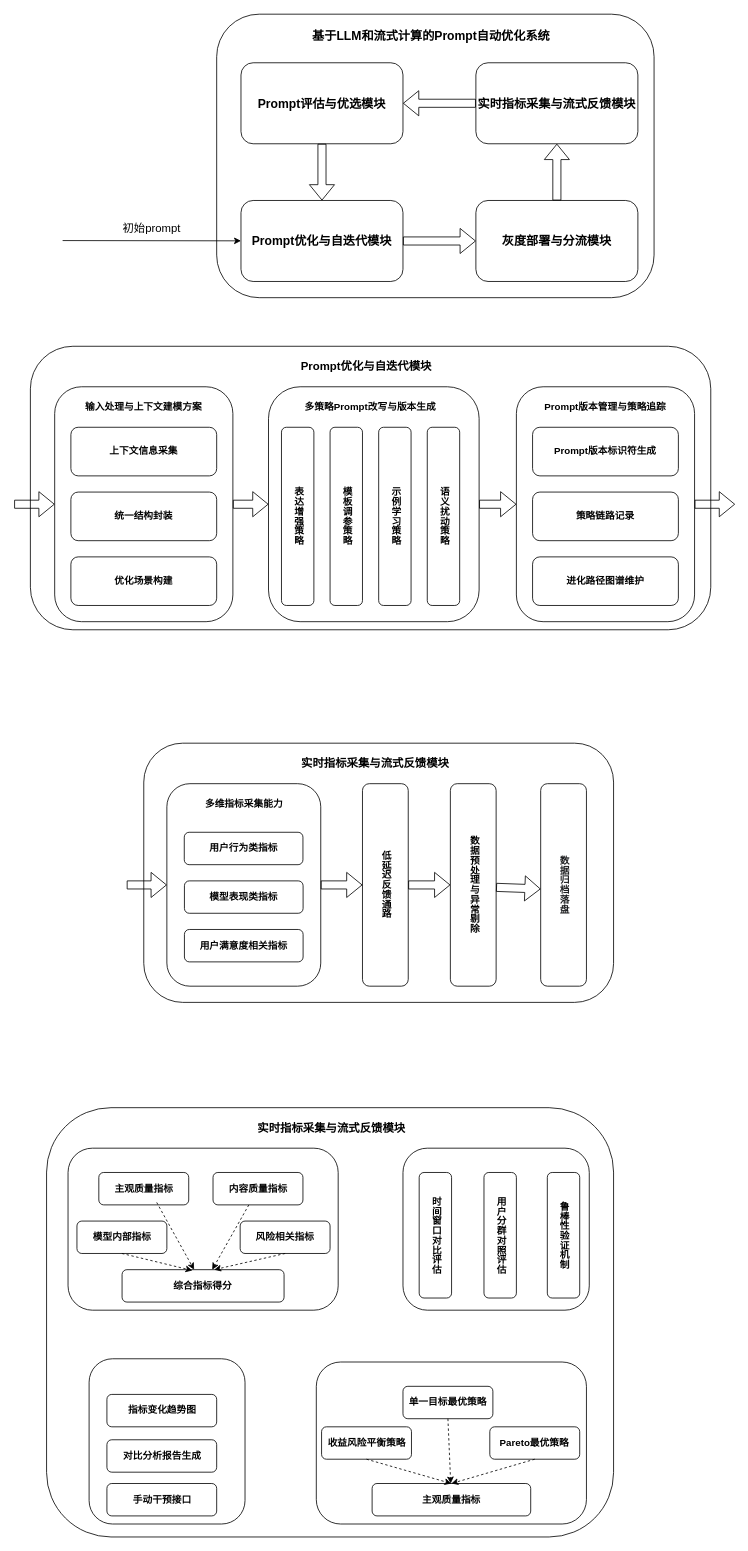
Above: Comment/未命名绘图.drawio in Mrssqin/draw (draw.io), before the change. Source tidied: cells renumbered, new cells numbered last; positions are measured from the earlier drawing's top-left corner, leaving out a move shared by most shapes. Both pictures are drawn from the tidied source at 81%, with x=0, y=0 at pixel (14, 14).
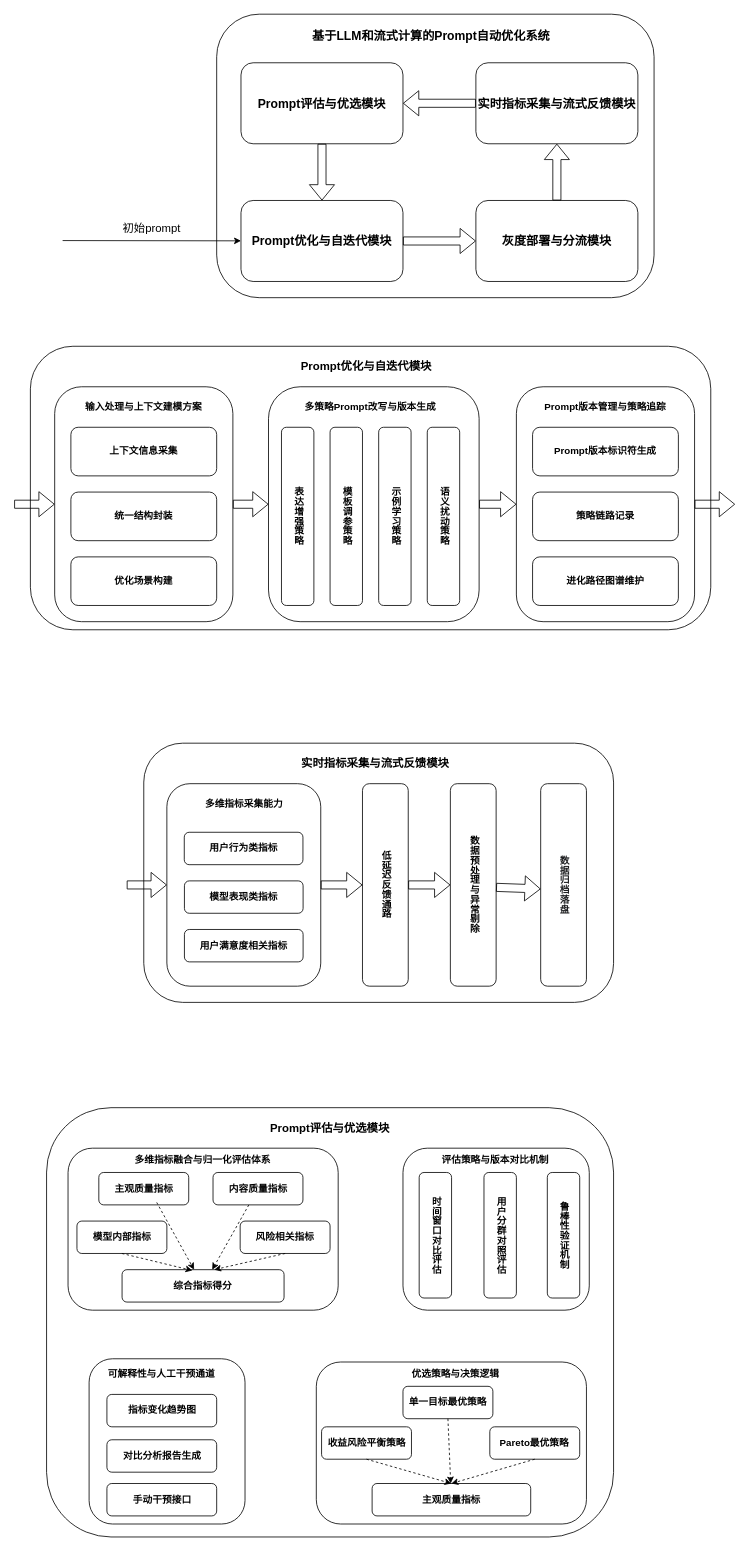
Above is the later version.

Commit message:
prompt自适应优化.drawio

Change to the diagram source:
```diff
@@
-    <mxCell id="57" value="&lt;p style=&quot;margin: 0px; font-variant-numeric: normal; font-variant-east-asian: normal; font-variant-alternates: normal; font-size-adjust: none; font-kerning: auto; font-optical-sizing: auto; font-feature-settings: normal; font-variation-settings: normal; font-variant-position: normal; font-variant-emoji: normal; font-stretch: normal; line-height: normal; font-family: &amp;quot;PingFang SC&amp;quot;; text-align: start;&quot; class=&quot;p1&quot;&gt;&lt;span class=&quot;mp-morpho-clipboard-doc-data&quot; data-morpho-doc-data=&quot;{&amp;quot;token&amp;quot;:&amp;quot;eyJhbGciOiJkaXIiLCJlbmMiOiJBMjU2R0NNIiwiYXBwSWQiOjEsInVpZCI6Ik9UTGszSzE0MUIiLCJkb2NJZCI6Iklva3RoRm1QRExmdTJzIn0..PLM695F7OLUKYBq6.pLq-FQjPBczpItmwOh4ZW0uYPRhOBlbCz8YWpCEhhjt7BF-pnjSfnWdu2Fmjc7VXdDRBUoyjT-BpY-ALlnl2OXvZNR3gXWINHDP6lU0rGojfuVU5cC1_3ToAKtlT7ybksPMMETnjsgNX-z2ijbktiFu4n567qZCZvo0vowr3_w3CYDpdbulUg-4RivVGqKluaLaf5slXxZTphLpaeCs-46T8Pw.FYQd-wOyFWTnTlqUN4SDpg&amp;quot;,&amp;quot;appId&amp;quot;:&amp;quot;1&amp;quot;}&quot;&gt;&lt;/span&gt;&lt;/p&gt;&lt;h3 style=&quot;padding-left:0px&quot; class=&quot;mp-heading&quot;&gt;&lt;span class=&quot;mp-morpho-clipboard-doc-data&quot; data-morpho-doc-data=&quot;{&amp;quot;token&amp;quot;:&amp;quot;eyJhbGciOiJkaXIiLCJlbmMiOiJBMjU2R0NNIiwiYXBwSWQiOjEsInVpZCI6Ik9UTGszSzE0MUIiLCJkb2NJZCI6Iklva3RoRm1QRExmdTJzIn0..PLM695F7OLUKYBq6.pLq-FQjPBczpItmwOh4ZW0uYPRhOBlbCz8YWpCEhhjt7BF-pnjSfnWdu2Fmjc7VXdDRBUoyjT-BpY-ALlnl2OXvZNR3gXWINHDP6lU0rGojfuVU5cC1_3ToAKtlT7ybksPMMETnjsgNX-z2ijbktiFu4n567qZCZvo0vowr3_w3CYDpdbulUg-4RivVGqKluaLaf5slXxZTphLpaeCs-46T8Pw.FYQd-wOyFWTnTlqUN4SDpg&amp;quot;,&amp;quot;appId&amp;quot;:&amp;quot;1&amp;quot;}&quot;&gt;&lt;/span&gt;&lt;/h3&gt;&lt;h3 style=&quot;padding-left:0px&quot; class=&quot;mp-heading&quot;&gt;&amp;nbsp;实时指标采集与流式反馈模块&lt;/h3&gt;" style="text;html=1;align=center;verticalAlign=middle;whiteSpace=wrap;rounded=0;" parent="1" vertex="1">
+    <mxCell id="57" value="&lt;p style=&quot;margin: 0px; font-variant-numeric: normal; font-variant-east-asian: normal; font-variant-alternates: normal; font-size-adjust: none; font-kerning: auto; font-optical-sizing: auto; font-feature-settings: normal; font-variation-settings: normal; font-variant-position: normal; font-variant-emoji: normal; font-stretch: normal; line-height: normal; font-family: &amp;quot;PingFang SC&amp;quot;; text-align: start;&quot; class=&quot;p1&quot;&gt;&lt;span class=&quot;mp-morpho-clipboard-doc-data&quot; data-morpho-doc-data=&quot;{&amp;quot;token&amp;quot;:&amp;quot;eyJhbGciOiJkaXIiLCJlbmMiOiJBMjU2R0NNIiwiYXBwSWQiOjEsInVpZCI6Ik9UTGszSzE0MUIiLCJkb2NJZCI6Iklva3RoRm1QRExmdTJzIn0..PLM695F7OLUKYBq6.pLq-FQjPBczpItmwOh4ZW0uYPRhOBlbCz8YWpCEhhjt7BF-pnjSfnWdu2Fmjc7VXdDRBUoyjT-BpY-ALlnl2OXvZNR3gXWINHDP6lU0rGojfuVU5cC1_3ToAKtlT7ybksPMMETnjsgNX-z2ijbktiFu4n567qZCZvo0vowr3_w3CYDpdbulUg-4RivVGqKluaLaf5slXxZTphLpaeCs-46T8Pw.FYQd-wOyFWTnTlqUN4SDpg&amp;quot;,&amp;quot;appId&amp;quot;:&amp;quot;1&amp;quot;}&quot;&gt;&lt;/span&gt;&lt;/p&gt;&lt;h3 style=&quot;padding-left:0px&quot; class=&quot;mp-heading&quot;&gt;&lt;span class=&quot;mp-morpho-clipboard-doc-data&quot; data-morpho-doc-data=&quot;{&amp;quot;token&amp;quot;:&amp;quot;eyJhbGciOiJkaXIiLCJlbmMiOiJBMjU2R0NNIiwiYXBwSWQiOjEsInVpZCI6Ik9UTGszSzE0MUIiLCJkb2NJZCI6Iklva3RoRm1QRExmdTJzIn0..PLM695F7OLUKYBq6.pLq-FQjPBczpItmwOh4ZW0uYPRhOBlbCz8YWpCEhhjt7BF-pnjSfnWdu2Fmjc7VXdDRBUoyjT-BpY-ALlnl2OXvZNR3gXWINHDP6lU0rGojfuVU5cC1_3ToAKtlT7ybksPMMETnjsgNX-z2ijbktiFu4n567qZCZvo0vowr3_w3CYDpdbulUg-4RivVGqKluaLaf5slXxZTphLpaeCs-46T8Pw.FYQd-wOyFWTnTlqUN4SDpg&amp;quot;,&amp;quot;appId&amp;quot;:&amp;quot;1&amp;quot;}&quot;&gt;&lt;/span&gt;&lt;/h3&gt;&lt;h3 style=&quot;padding-left:0px&quot; class=&quot;mp-heading&quot;&gt;Prompt评估与优选模块&lt;/h3&gt;" style="text;html=1;align=center;verticalAlign=middle;whiteSpace=wrap;rounded=0;" parent="1" vertex="1">
       <mxGeometry x="235" y="1360" width="310" height="30" as="geometry" />
     </mxCell>
@@
+    <mxCell id="78" value="&lt;p style=&quot;margin: 0px; font-variant-numeric: normal; font-variant-east-asian: normal; font-variant-alternates: normal; font-size-adjust: none; font-kerning: auto; font-optical-sizing: auto; font-feature-settings: normal; font-variation-settings: normal; font-variant-position: normal; font-variant-emoji: normal; font-stretch: normal; line-height: normal; font-family: &amp;quot;PingFang SC&amp;quot;; text-align: start;&quot; class=&quot;p1&quot;&gt;&lt;span class=&quot;mp-morpho-clipboard-doc-data&quot; data-morpho-doc-data=&quot;{&amp;quot;token&amp;quot;:&amp;quot;eyJhbGciOiJkaXIiLCJlbmMiOiJBMjU2R0NNIiwiYXBwSWQiOjEsInVpZCI6Ik9UTGszSzE0MUIiLCJkb2NJZCI6Iklva3RoRm1QRExmdTJzIn0..PLM695F7OLUKYBq6.pLq-FQjPBczpItmwOh4ZW0uYPRhOBlbCz8YWpCEhhjt7BF-pnjSfnWdu2Fmjc7VXdDRBUoyjT-BpY-ALlnl2OXvZNR3gXWINHDP6lU0rGojfuVU5cC1_3ToAKtlT7ybksPMMETnjsgNX-z2ijbktiFu4n567qZCZvo0vowr3_w3CYDpdbulUg-4RivVGqKluaLaf5slXxZTphLpaeCs-46T8Pw.FYQd-wOyFWTnTlqUN4SDpg&amp;quot;,&amp;quot;appId&amp;quot;:&amp;quot;1&amp;quot;}&quot;&gt;&lt;/span&gt;&lt;/p&gt;&lt;h3 style=&quot;padding-left:0px&quot; class=&quot;mp-heading&quot;&gt;&lt;span class=&quot;mp-morpho-clipboard-doc-data&quot; data-morpho-doc-data=&quot;{&amp;quot;token&amp;quot;:&amp;quot;eyJhbGciOiJkaXIiLCJlbmMiOiJBMjU2R0NNIiwiYXBwSWQiOjEsInVpZCI6Ik9UTGszSzE0MUIiLCJkb2NJZCI6Iklva3RoRm1QRExmdTJzIn0..PLM695F7OLUKYBq6.pLq-FQjPBczpItmwOh4ZW0uYPRhOBlbCz8YWpCEhhjt7BF-pnjSfnWdu2Fmjc7VXdDRBUoyjT-BpY-ALlnl2OXvZNR3gXWINHDP6lU0rGojfuVU5cC1_3ToAKtlT7ybksPMMETnjsgNX-z2ijbktiFu4n567qZCZvo0vowr3_w3CYDpdbulUg-4RivVGqKluaLaf5slXxZTphLpaeCs-46T8Pw.FYQd-wOyFWTnTlqUN4SDpg&amp;quot;,&amp;quot;appId&amp;quot;:&amp;quot;1&amp;quot;}&quot;&gt;&lt;/span&gt;&lt;/h3&gt;&lt;h4 style=&quot;padding-left:0px&quot; class=&quot;mp-heading&quot;&gt;&lt;span class=&quot;mp-morpho-clipboard-doc-data&quot; data-morpho-doc-data=&quot;{&amp;quot;token&amp;quot;:&amp;quot;eyJhbGciOiJkaXIiLCJlbmMiOiJBMjU2R0NNIiwiYXBwSWQiOjEsInVpZCI6Ik9UTGszSzE0MUIiLCJkb2NJZCI6Iklva3RoRm1QRExmdTJzIn0..PLM695F7OLUKYBq6.pLq-FQjPBczpItmwOh4ZW0uYPRhOBlbCz8YWpCEhhjt7BF-pnjSfnWdu2Fmjc7VXdDRBUoyjT-BpY-ALlnl2OXvZNR3gXWINHDP6lU0rGojfuVU5cC1_3ToAKtlT7ybksPMMETnjsgNX-z2ijbktiFu4n567qZCZvo0vowr3_w3CYDpdbulUg-4RivVGqKluaLaf5slXxZTphLpaeCs-46T8Pw.FYQd-wOyFWTnTlqUN4SDpg&amp;quot;,&amp;quot;appId&amp;quot;:&amp;quot;1&amp;quot;}&quot;&gt;&lt;/span&gt;&lt;/h4&gt;&lt;h4 style=&quot;padding-left:0px&quot; class=&quot;mp-heading&quot;&gt;&lt;span class=&quot;mp-morpho-clipboard-doc-data&quot; data-morpho-doc-data=&quot;{&amp;quot;token&amp;quot;:&amp;quot;eyJhbGciOiJkaXIiLCJlbmMiOiJBMjU2R0NNIiwiYXBwSWQiOjEsInVpZCI6Ik9UTGszSzE0MUIiLCJkb2NJZCI6Iklva3RoRm1QRExmdTJzIn0..PLM695F7OLUKYBq6.pLq-FQjPBczpItmwOh4ZW0uYPRhOBlbCz8YWpCEhhjt7BF-pnjSfnWdu2Fmjc7VXdDRBUoyjT-BpY-ALlnl2OXvZNR3gXWINHDP6lU0rGojfuVU5cC1_3ToAKtlT7ybksPMMETnjsgNX-z2ijbktiFu4n567qZCZvo0vowr3_w3CYDpdbulUg-4RivVGqKluaLaf5slXxZTphLpaeCs-46T8Pw.FYQd-wOyFWTnTlqUN4SDpg&amp;quot;,&amp;quot;appId&amp;quot;:&amp;quot;1&amp;quot;}&quot;&gt;&lt;/span&gt;&lt;/h4&gt;&lt;h4 style=&quot;padding-left:0px&quot; class=&quot;mp-heading&quot;&gt;&lt;span&gt;多维指标融合与归一化评估体系&lt;/span&gt;&lt;/h4&gt;" style="text;html=1;align=center;verticalAlign=middle;whiteSpace=wrap;rounded=0;" parent="1" vertex="1">
+      <mxGeometry x="77.5" y="1400" width="310" height="30" as="geometry" />
+    </mxCell>
+    <mxCell id="79" value="&lt;p style=&quot;margin: 0px; font-variant-numeric: normal; font-variant-east-asian: normal; font-variant-alternates: normal; font-size-adjust: none; font-kerning: auto; font-optical-sizing: auto; font-feature-settings: normal; font-variation-settings: normal; font-variant-position: normal; font-variant-emoji: normal; font-stretch: normal; line-height: normal; font-family: &amp;quot;PingFang SC&amp;quot;; text-align: start;&quot; class=&quot;p1&quot;&gt;&lt;span class=&quot;mp-morpho-clipboard-doc-data&quot; data-morpho-doc-data=&quot;{&amp;quot;token&amp;quot;:&amp;quot;eyJhbGciOiJkaXIiLCJlbmMiOiJBMjU2R0NNIiwiYXBwSWQiOjEsInVpZCI6Ik9UTGszSzE0MUIiLCJkb2NJZCI6Iklva3RoRm1QRExmdTJzIn0..PLM695F7OLUKYBq6.pLq-FQjPBczpItmwOh4ZW0uYPRhOBlbCz8YWpCEhhjt7BF-pnjSfnWdu2Fmjc7VXdDRBUoyjT-BpY-ALlnl2OXvZNR3gXWINHDP6lU0rGojfuVU5cC1_3ToAKtlT7ybksPMMETnjsgNX-z2ijbktiFu4n567qZCZvo0vowr3_w3CYDpdbulUg-4RivVGqKluaLaf5slXxZTphLpaeCs-46T8Pw.FYQd-wOyFWTnTlqUN4SDpg&amp;quot;,&amp;quot;appId&amp;quot;:&amp;quot;1&amp;quot;}&quot;&gt;&lt;/span&gt;&lt;/p&gt;&lt;h3 style=&quot;padding-left:0px&quot; class=&quot;mp-heading&quot;&gt;&lt;span class=&quot;mp-morpho-clipboard-doc-data&quot; data-morpho-doc-data=&quot;{&amp;quot;token&amp;quot;:&amp;quot;eyJhbGciOiJkaXIiLCJlbmMiOiJBMjU2R0NNIiwiYXBwSWQiOjEsInVpZCI6Ik9UTGszSzE0MUIiLCJkb2NJZCI6Iklva3RoRm1QRExmdTJzIn0..PLM695F7OLUKYBq6.pLq-FQjPBczpItmwOh4ZW0uYPRhOBlbCz8YWpCEhhjt7BF-pnjSfnWdu2Fmjc7VXdDRBUoyjT-BpY-ALlnl2OXvZNR3gXWINHDP6lU0rGojfuVU5cC1_3ToAKtlT7ybksPMMETnjsgNX-z2ijbktiFu4n567qZCZvo0vowr3_w3CYDpdbulUg-4RivVGqKluaLaf5slXxZTphLpaeCs-46T8Pw.FYQd-wOyFWTnTlqUN4SDpg&amp;quot;,&amp;quot;appId&amp;quot;:&amp;quot;1&amp;quot;}&quot;&gt;&lt;/span&gt;&lt;/h3&gt;&lt;h4 style=&quot;padding-left:0px&quot; class=&quot;mp-heading&quot;&gt;&lt;span class=&quot;mp-morpho-clipboard-doc-data&quot; data-morpho-doc-data=&quot;{&amp;quot;token&amp;quot;:&amp;quot;eyJhbGciOiJkaXIiLCJlbmMiOiJBMjU2R0NNIiwiYXBwSWQiOjEsInVpZCI6Ik9UTGszSzE0MUIiLCJkb2NJZCI6Iklva3RoRm1QRExmdTJzIn0..PLM695F7OLUKYBq6.pLq-FQjPBczpItmwOh4ZW0uYPRhOBlbCz8YWpCEhhjt7BF-pnjSfnWdu2Fmjc7VXdDRBUoyjT-BpY-ALlnl2OXvZNR3gXWINHDP6lU0rGojfuVU5cC1_3ToAKtlT7ybksPMMETnjsgNX-z2ijbktiFu4n567qZCZvo0vowr3_w3CYDpdbulUg-4RivVGqKluaLaf5slXxZTphLpaeCs-46T8Pw.FYQd-wOyFWTnTlqUN4SDpg&amp;quot;,&amp;quot;appId&amp;quot;:&amp;quot;1&amp;quot;}&quot;&gt;&lt;/span&gt;&lt;/h4&gt;&lt;h4 style=&quot;padding-left:0px&quot; class=&quot;mp-heading&quot;&gt;&lt;span class=&quot;mp-morpho-clipboard-doc-data&quot; data-morpho-doc-data=&quot;{&amp;quot;token&amp;quot;:&amp;quot;eyJhbGciOiJkaXIiLCJlbmMiOiJBMjU2R0NNIiwiYXBwSWQiOjEsInVpZCI6Ik9UTGszSzE0MUIiLCJkb2NJZCI6Iklva3RoRm1QRExmdTJzIn0..PLM695F7OLUKYBq6.pLq-FQjPBczpItmwOh4ZW0uYPRhOBlbCz8YWpCEhhjt7BF-pnjSfnWdu2Fmjc7VXdDRBUoyjT-BpY-ALlnl2OXvZNR3gXWINHDP6lU0rGojfuVU5cC1_3ToAKtlT7ybksPMMETnjsgNX-z2ijbktiFu4n567qZCZvo0vowr3_w3CYDpdbulUg-4RivVGqKluaLaf5slXxZTphLpaeCs-46T8Pw.FYQd-wOyFWTnTlqUN4SDpg&amp;quot;,&amp;quot;appId&amp;quot;:&amp;quot;1&amp;quot;}&quot;&gt;&lt;/span&gt;&lt;/h4&gt;&lt;h4 style=&quot;padding-left:0px&quot; class=&quot;mp-heading&quot;&gt;&lt;span class=&quot;mp-morpho-clipboard-doc-data&quot; data-morpho-doc-data=&quot;{&amp;quot;token&amp;quot;:&amp;quot;eyJhbGciOiJkaXIiLCJlbmMiOiJBMjU2R0NNIiwiYXBwSWQiOjEsInVpZCI6Ik9UTGszSzE0MUIiLCJkb2NJZCI6Iklva3RoRm1QRExmdTJzIn0..PLM695F7OLUKYBq6.pLq-FQjPBczpItmwOh4ZW0uYPRhOBlbCz8YWpCEhhjt7BF-pnjSfnWdu2Fmjc7VXdDRBUoyjT-BpY-ALlnl2OXvZNR3gXWINHDP6lU0rGojfuVU5cC1_3ToAKtlT7ybksPMMETnjsgNX-z2ijbktiFu4n567qZCZvo0vowr3_w3CYDpdbulUg-4RivVGqKluaLaf5slXxZTphLpaeCs-46T8Pw.FYQd-wOyFWTnTlqUN4SDpg&amp;quot;,&amp;quot;appId&amp;quot;:&amp;quot;1&amp;quot;}&quot;&gt;&lt;/span&gt;&lt;/h4&gt;&lt;h4 style=&quot;padding-left:0px&quot; class=&quot;mp-heading&quot;&gt;&lt;span&gt;评估策略与版本对比机制&lt;/span&gt;&lt;/h4&gt;" style="text;html=1;align=center;verticalAlign=middle;whiteSpace=wrap;rounded=0;" parent="1" vertex="1">
+      <mxGeometry x="438.5" y="1400" width="310" height="30" as="geometry" />
+    </mxCell>
+    <mxCell id="80" value="&lt;p style=&quot;margin: 0px; font-variant-numeric: normal; font-variant-east-asian: normal; font-variant-alternates: normal; font-size-adjust: none; font-kerning: auto; font-optical-sizing: auto; font-feature-settings: normal; font-variation-settings: normal; font-variant-position: normal; font-variant-emoji: normal; font-stretch: normal; line-height: normal; font-family: &amp;quot;PingFang SC&amp;quot;; text-align: start;&quot; class=&quot;p1&quot;&gt;&lt;span class=&quot;mp-morpho-clipboard-doc-data&quot; data-morpho-doc-data=&quot;{&amp;quot;token&amp;quot;:&amp;quot;eyJhbGciOiJkaXIiLCJlbmMiOiJBMjU2R0NNIiwiYXBwSWQiOjEsInVpZCI6Ik9UTGszSzE0MUIiLCJkb2NJZCI6Iklva3RoRm1QRExmdTJzIn0..PLM695F7OLUKYBq6.pLq-FQjPBczpItmwOh4ZW0uYPRhOBlbCz8YWpCEhhjt7BF-pnjSfnWdu2Fmjc7VXdDRBUoyjT-BpY-ALlnl2OXvZNR3gXWINHDP6lU0rGojfuVU5cC1_3ToAKtlT7ybksPMMETnjsgNX-z2ijbktiFu4n567qZCZvo0vowr3_w3CYDpdbulUg-4RivVGqKluaLaf5slXxZTphLpaeCs-46T8Pw.FYQd-wOyFWTnTlqUN4SDpg&amp;quot;,&amp;quot;appId&amp;quot;:&amp;quot;1&amp;quot;}&quot;&gt;&lt;/span&gt;&lt;/p&gt;&lt;h3 style=&quot;padding-left:0px&quot; class=&quot;mp-heading&quot;&gt;&lt;span class=&quot;mp-morpho-clipboard-doc-data&quot; data-morpho-doc-data=&quot;{&amp;quot;token&amp;quot;:&amp;quot;eyJhbGciOiJkaXIiLCJlbmMiOiJBMjU2R0NNIiwiYXBwSWQiOjEsInVpZCI6Ik9UTGszSzE0MUIiLCJkb2NJZCI6Iklva3RoRm1QRExmdTJzIn0..PLM695F7OLUKYBq6.pLq-FQjPBczpItmwOh4ZW0uYPRhOBlbCz8YWpCEhhjt7BF-pnjSfnWdu2Fmjc7VXdDRBUoyjT-BpY-ALlnl2OXvZNR3gXWINHDP6lU0rGojfuVU5cC1_3ToAKtlT7ybksPMMETnjsgNX-z2ijbktiFu4n567qZCZvo0vowr3_w3CYDpdbulUg-4RivVGqKluaLaf5slXxZTphLpaeCs-46T8Pw.FYQd-wOyFWTnTlqUN4SDpg&amp;quot;,&amp;quot;appId&amp;quot;:&amp;quot;1&amp;quot;}&quot;&gt;&lt;/span&gt;&lt;/h3&gt;&lt;h4 style=&quot;padding-left:0px&quot; class=&quot;mp-heading&quot;&gt;&lt;span class=&quot;mp-morpho-clipboard-doc-data&quot; data-morpho-doc-data=&quot;{&amp;quot;token&amp;quot;:&amp;quot;eyJhbGciOiJkaXIiLCJlbmMiOiJBMjU2R0NNIiwiYXBwSWQiOjEsInVpZCI6Ik9UTGszSzE0MUIiLCJkb2NJZCI6Iklva3RoRm1QRExmdTJzIn0..PLM695F7OLUKYBq6.pLq-FQjPBczpItmwOh4ZW0uYPRhOBlbCz8YWpCEhhjt7BF-pnjSfnWdu2Fmjc7VXdDRBUoyjT-BpY-ALlnl2OXvZNR3gXWINHDP6lU0rGojfuVU5cC1_3ToAKtlT7ybksPMMETnjsgNX-z2ijbktiFu4n567qZCZvo0vowr3_w3CYDpdbulUg-4RivVGqKluaLaf5slXxZTphLpaeCs-46T8Pw.FYQd-wOyFWTnTlqUN4SDpg&amp;quot;,&amp;quot;appId&amp;quot;:&amp;quot;1&amp;quot;}&quot;&gt;&lt;/span&gt;&lt;/h4&gt;&lt;h4 style=&quot;padding-left:0px&quot; class=&quot;mp-heading&quot;&gt;&lt;span class=&quot;mp-morpho-clipboard-doc-data&quot; data-morpho-doc-data=&quot;{&amp;quot;token&amp;quot;:&amp;quot;eyJhbGciOiJkaXIiLCJlbmMiOiJBMjU2R0NNIiwiYXBwSWQiOjEsInVpZCI6Ik9UTGszSzE0MUIiLCJkb2NJZCI6Iklva3RoRm1QRExmdTJzIn0..PLM695F7OLUKYBq6.pLq-FQjPBczpItmwOh4ZW0uYPRhOBlbCz8YWpCEhhjt7BF-pnjSfnWdu2Fmjc7VXdDRBUoyjT-BpY-ALlnl2OXvZNR3gXWINHDP6lU0rGojfuVU5cC1_3ToAKtlT7ybksPMMETnjsgNX-z2ijbktiFu4n567qZCZvo0vowr3_w3CYDpdbulUg-4RivVGqKluaLaf5slXxZTphLpaeCs-46T8Pw.FYQd-wOyFWTnTlqUN4SDpg&amp;quot;,&amp;quot;appId&amp;quot;:&amp;quot;1&amp;quot;}&quot;&gt;&lt;/span&gt;&lt;/h4&gt;&lt;h4 style=&quot;padding-left:0px&quot; class=&quot;mp-heading&quot;&gt;&lt;span class=&quot;mp-morpho-clipboard-doc-data&quot; data-morpho-doc-data=&quot;{&amp;quot;token&amp;quot;:&amp;quot;eyJhbGciOiJkaXIiLCJlbmMiOiJBMjU2R0NNIiwiYXBwSWQiOjEsInVpZCI6Ik9UTGszSzE0MUIiLCJkb2NJZCI6Iklva3RoRm1QRExmdTJzIn0..PLM695F7OLUKYBq6.pLq-FQjPBczpItmwOh4ZW0uYPRhOBlbCz8YWpCEhhjt7BF-pnjSfnWdu2Fmjc7VXdDRBUoyjT-BpY-ALlnl2OXvZNR3gXWINHDP6lU0rGojfuVU5cC1_3ToAKtlT7ybksPMMETnjsgNX-z2ijbktiFu4n567qZCZvo0vowr3_w3CYDpdbulUg-4RivVGqKluaLaf5slXxZTphLpaeCs-46T8Pw.FYQd-wOyFWTnTlqUN4SDpg&amp;quot;,&amp;quot;appId&amp;quot;:&amp;quot;1&amp;quot;}&quot;&gt;&lt;/span&gt;&lt;/h4&gt;&lt;h4 style=&quot;padding-left:0px&quot; class=&quot;mp-heading&quot;&gt;&lt;span class=&quot;mp-morpho-clipboard-doc-data&quot; data-morpho-doc-data=&quot;{&amp;quot;token&amp;quot;:&amp;quot;eyJhbGciOiJkaXIiLCJlbmMiOiJBMjU2R0NNIiwiYXBwSWQiOjEsInVpZCI6Ik9UTGszSzE0MUIiLCJkb2NJZCI6Iklva3RoRm1QRExmdTJzIn0..PLM695F7OLUKYBq6.pLq-FQjPBczpItmwOh4ZW0uYPRhOBlbCz8YWpCEhhjt7BF-pnjSfnWdu2Fmjc7VXdDRBUoyjT-BpY-ALlnl2OXvZNR3gXWINHDP6lU0rGojfuVU5cC1_3ToAKtlT7ybksPMMETnjsgNX-z2ijbktiFu4n567qZCZvo0vowr3_w3CYDpdbulUg-4RivVGqKluaLaf5slXxZTphLpaeCs-46T8Pw.FYQd-wOyFWTnTlqUN4SDpg&amp;quot;,&amp;quot;appId&amp;quot;:&amp;quot;1&amp;quot;}&quot;&gt;&lt;/span&gt;&lt;/h4&gt;&lt;h4 style=&quot;padding-left:0px&quot; class=&quot;mp-heading&quot;&gt;&lt;span&gt;优选策略与决策逻辑&lt;/span&gt;&lt;/h4&gt;" style="text;html=1;align=center;verticalAlign=middle;whiteSpace=wrap;rounded=0;" parent="1" vertex="1">
+      <mxGeometry x="390" y="1664" width="310" height="30" as="geometry" />
+    </mxCell>
+    <mxCell id="81" value="&lt;p style=&quot;margin: 0px; font-variant-numeric: normal; font-variant-east-asian: normal; font-variant-alternates: normal; font-size-adjust: none; font-kerning: auto; font-optical-sizing: auto; font-feature-settings: normal; font-variation-settings: normal; font-variant-position: normal; font-variant-emoji: normal; font-stretch: normal; line-height: normal; font-family: &amp;quot;PingFang SC&amp;quot;; text-align: start;&quot; class=&quot;p1&quot;&gt;&lt;span class=&quot;mp-morpho-clipboard-doc-data&quot; data-morpho-doc-data=&quot;{&amp;quot;token&amp;quot;:&amp;quot;eyJhbGciOiJkaXIiLCJlbmMiOiJBMjU2R0NNIiwiYXBwSWQiOjEsInVpZCI6Ik9UTGszSzE0MUIiLCJkb2NJZCI6Iklva3RoRm1QRExmdTJzIn0..PLM695F7OLUKYBq6.pLq-FQjPBczpItmwOh4ZW0uYPRhOBlbCz8YWpCEhhjt7BF-pnjSfnWdu2Fmjc7VXdDRBUoyjT-BpY-ALlnl2OXvZNR3gXWINHDP6lU0rGojfuVU5cC1_3ToAKtlT7ybksPMMETnjsgNX-z2ijbktiFu4n567qZCZvo0vowr3_w3CYDpdbulUg-4RivVGqKluaLaf5slXxZTphLpaeCs-46T8Pw.FYQd-wOyFWTnTlqUN4SDpg&amp;quot;,&amp;quot;appId&amp;quot;:&amp;quot;1&amp;quot;}&quot;&gt;&lt;/span&gt;&lt;/p&gt;&lt;h3 style=&quot;padding-left:0px&quot; class=&quot;mp-heading&quot;&gt;&lt;span class=&quot;mp-morpho-clipboard-doc-data&quot; data-morpho-doc-data=&quot;{&amp;quot;token&amp;quot;:&amp;quot;eyJhbGciOiJkaXIiLCJlbmMiOiJBMjU2R0NNIiwiYXBwSWQiOjEsInVpZCI6Ik9UTGszSzE0MUIiLCJkb2NJZCI6Iklva3RoRm1QRExmdTJzIn0..PLM695F7OLUKYBq6.pLq-FQjPBczpItmwOh4ZW0uYPRhOBlbCz8YWpCEhhjt7BF-pnjSfnWdu2Fmjc7VXdDRBUoyjT-BpY-ALlnl2OXvZNR3gXWINHDP6lU0rGojfuVU5cC1_3ToAKtlT7ybksPMMETnjsgNX-z2ijbktiFu4n567qZCZvo0vowr3_w3CYDpdbulUg-4RivVGqKluaLaf5slXxZTphLpaeCs-46T8Pw.FYQd-wOyFWTnTlqUN4SDpg&amp;quot;,&amp;quot;appId&amp;quot;:&amp;quot;1&amp;quot;}&quot;&gt;&lt;/span&gt;&lt;/h3&gt;&lt;h4 style=&quot;padding-left:0px&quot; class=&quot;mp-heading&quot;&gt;&lt;span class=&quot;mp-morpho-clipboard-doc-data&quot; data-morpho-doc-data=&quot;{&amp;quot;token&amp;quot;:&amp;quot;eyJhbGciOiJkaXIiLCJlbmMiOiJBMjU2R0NNIiwiYXBwSWQiOjEsInVpZCI6Ik9UTGszSzE0MUIiLCJkb2NJZCI6Iklva3RoRm1QRExmdTJzIn0..PLM695F7OLUKYBq6.pLq-FQjPBczpItmwOh4ZW0uYPRhOBlbCz8YWpCEhhjt7BF-pnjSfnWdu2Fmjc7VXdDRBUoyjT-BpY-ALlnl2OXvZNR3gXWINHDP6lU0rGojfuVU5cC1_3ToAKtlT7ybksPMMETnjsgNX-z2ijbktiFu4n567qZCZvo0vowr3_w3CYDpdbulUg-4RivVGqKluaLaf5slXxZTphLpaeCs-46T8Pw.FYQd-wOyFWTnTlqUN4SDpg&amp;quot;,&amp;quot;appId&amp;quot;:&amp;quot;1&amp;quot;}&quot;&gt;&lt;/span&gt;&lt;/h4&gt;&lt;h4 style=&quot;padding-left:0px&quot; class=&quot;mp-heading&quot;&gt;&lt;span class=&quot;mp-morpho-clipboard-doc-data&quot; data-morpho-doc-data=&quot;{&amp;quot;token&amp;quot;:&amp;quot;eyJhbGciOiJkaXIiLCJlbmMiOiJBMjU2R0NNIiwiYXBwSWQiOjEsInVpZCI6Ik9UTGszSzE0MUIiLCJkb2NJZCI6Iklva3RoRm1QRExmdTJzIn0..PLM695F7OLUKYBq6.pLq-FQjPBczpItmwOh4ZW0uYPRhOBlbCz8YWpCEhhjt7BF-pnjSfnWdu2Fmjc7VXdDRBUoyjT-BpY-ALlnl2OXvZNR3gXWINHDP6lU0rGojfuVU5cC1_3ToAKtlT7ybksPMMETnjsgNX-z2ijbktiFu4n567qZCZvo0vowr3_w3CYDpdbulUg-4RivVGqKluaLaf5slXxZTphLpaeCs-46T8Pw.FYQd-wOyFWTnTlqUN4SDpg&amp;quot;,&amp;quot;appId&amp;quot;:&amp;quot;1&amp;quot;}&quot;&gt;&lt;/span&gt;&lt;/h4&gt;&lt;h4 style=&quot;padding-left:0px&quot; class=&quot;mp-heading&quot;&gt;&lt;span class=&quot;mp-morpho-clipboard-doc-data&quot; data-morpho-doc-data=&quot;{&amp;quot;token&amp;quot;:&amp;quot;eyJhbGciOiJkaXIiLCJlbmMiOiJBMjU2R0NNIiwiYXBwSWQiOjEsInVpZCI6Ik9UTGszSzE0MUIiLCJkb2NJZCI6Iklva3RoRm1QRExmdTJzIn0..PLM695F7OLUKYBq6.pLq-FQjPBczpItmwOh4ZW0uYPRhOBlbCz8YWpCEhhjt7BF-pnjSfnWdu2Fmjc7VXdDRBUoyjT-BpY-ALlnl2OXvZNR3gXWINHDP6lU0rGojfuVU5cC1_3ToAKtlT7ybksPMMETnjsgNX-z2ijbktiFu4n567qZCZvo0vowr3_w3CYDpdbulUg-4RivVGqKluaLaf5slXxZTphLpaeCs-46T8Pw.FYQd-wOyFWTnTlqUN4SDpg&amp;quot;,&amp;quot;appId&amp;quot;:&amp;quot;1&amp;quot;}&quot;&gt;&lt;/span&gt;&lt;/h4&gt;&lt;h4 style=&quot;padding-left:0px&quot; class=&quot;mp-heading&quot;&gt;&lt;span class=&quot;mp-morpho-clipboard-doc-data&quot; data-morpho-doc-data=&quot;{&amp;quot;token&amp;quot;:&amp;quot;eyJhbGciOiJkaXIiLCJlbmMiOiJBMjU2R0NNIiwiYXBwSWQiOjEsInVpZCI6Ik9UTGszSzE0MUIiLCJkb2NJZCI6Iklva3RoRm1QRExmdTJzIn0..PLM695F7OLUKYBq6.pLq-FQjPBczpItmwOh4ZW0uYPRhOBlbCz8YWpCEhhjt7BF-pnjSfnWdu2Fmjc7VXdDRBUoyjT-BpY-ALlnl2OXvZNR3gXWINHDP6lU0rGojfuVU5cC1_3ToAKtlT7ybksPMMETnjsgNX-z2ijbktiFu4n567qZCZvo0vowr3_w3CYDpdbulUg-4RivVGqKluaLaf5slXxZTphLpaeCs-46T8Pw.FYQd-wOyFWTnTlqUN4SDpg&amp;quot;,&amp;quot;appId&amp;quot;:&amp;quot;1&amp;quot;}&quot;&gt;&lt;/span&gt;&lt;/h4&gt;&lt;h4 style=&quot;padding-left:0px&quot; class=&quot;mp-heading&quot;&gt;&lt;span class=&quot;mp-morpho-clipboard-doc-data&quot; data-morpho-doc-data=&quot;{&amp;quot;token&amp;quot;:&amp;quot;eyJhbGciOiJkaXIiLCJlbmMiOiJBMjU2R0NNIiwiYXBwSWQiOjEsInVpZCI6Ik9UTGszSzE0MUIiLCJkb2NJZCI6Iklva3RoRm1QRExmdTJzIn0..PLM695F7OLUKYBq6.pLq-FQjPBczpItmwOh4ZW0uYPRhOBlbCz8YWpCEhhjt7BF-pnjSfnWdu2Fmjc7VXdDRBUoyjT-BpY-ALlnl2OXvZNR3gXWINHDP6lU0rGojfuVU5cC1_3ToAKtlT7ybksPMMETnjsgNX-z2ijbktiFu4n567qZCZvo0vowr3_w3CYDpdbulUg-4RivVGqKluaLaf5slXxZTphLpaeCs-46T8Pw.FYQd-wOyFWTnTlqUN4SDpg&amp;quot;,&amp;quot;appId&amp;quot;:&amp;quot;1&amp;quot;}&quot;&gt;&lt;/span&gt;&lt;/h4&gt;&lt;h4 style=&quot;padding-left:0px&quot; class=&quot;mp-heading&quot;&gt;&lt;span&gt;可解释性与人工干预通道&lt;/span&gt;&lt;/h4&gt;" style="text;html=1;align=center;verticalAlign=middle;whiteSpace=wrap;rounded=0;" parent="1" vertex="1">
+      <mxGeometry x="27.2" y="1664" width="310" height="30" as="geometry" />
+    </mxCell>
```
